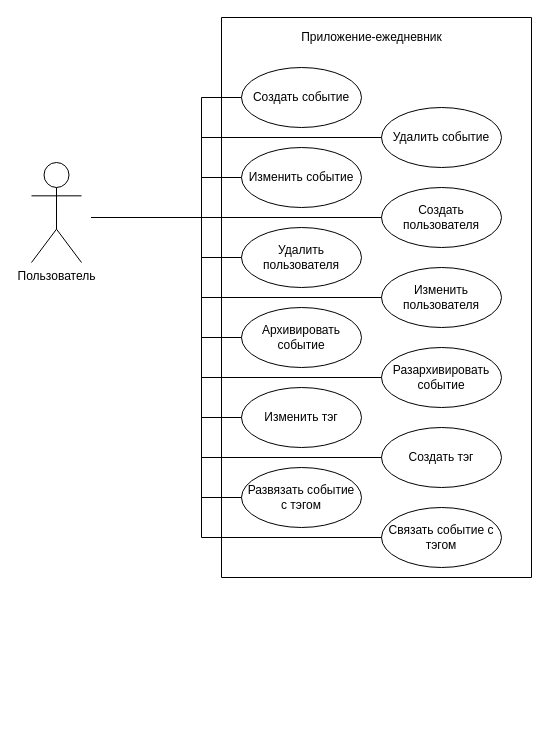
This is page "Use-case diagram" (1 of 4) of Diagrams.drawio from Andebugan/Planum, a draw.io file, before an edit. Source tidied: cells renumbered, new cells numbered last; positions are measured from the earlier drawing's top-left corner, leaving out a move shared by most shapes. Both pictures are drawn from the tidied source at 100%, with x=0, y=0 at pixel (31, 17).
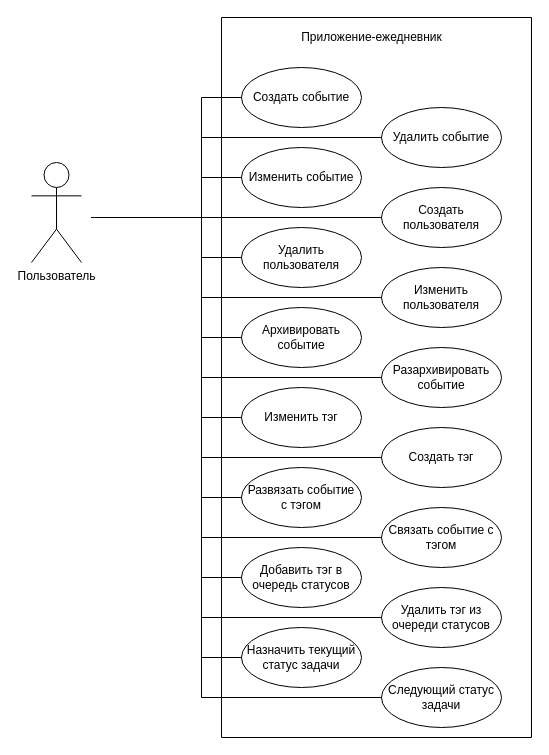
After the change.

The edit, as a diff of the source:
```diff
@@
     <mxCell id="7" style="swimlane;startSize=0;" parent="1" vertex="1">
-      <mxGeometry x="190" width="310" height="560" as="geometry" />
+      <mxGeometry x="190" width="310" height="720" as="geometry" />
     </mxCell>
@@
+    <mxCell id="29" value="Добавить тэг в очередь статусов" style="ellipse;whiteSpace=wrap;html=1;" parent="7" vertex="1">
+      <mxGeometry x="20" y="530" width="120" height="60" as="geometry" />
+    </mxCell>
+    <mxCell id="30" value="Удалить тэг из очереди статусов" style="ellipse;whiteSpace=wrap;html=1;" parent="7" vertex="1">
+      <mxGeometry x="160" y="570" width="120" height="60" as="geometry" />
+    </mxCell>
+    <mxCell id="31" value="Назначить текущий статус задачи" style="ellipse;whiteSpace=wrap;html=1;" parent="7" vertex="1">
+      <mxGeometry x="20" y="610" width="120" height="60" as="geometry" />
+    </mxCell>
+    <mxCell id="32" value="Следующий статус задачи" style="ellipse;whiteSpace=wrap;html=1;" parent="7" vertex="1">
+      <mxGeometry x="160" y="650" width="120" height="60" as="geometry" />
+    </mxCell>
@@
+    <mxCell id="33" style="edgeStyle=orthogonalEdgeStyle;rounded=0;jettySize=auto;html=1;endArrow=none;endFill=0;" parent="1" edge="1" source="29">
+      <mxGeometry relative="1" as="geometry">
+        <mxPoint x="60" y="200" as="targetPoint" />
+        <Array as="points">
+          <mxPoint x="170" y="560" />
+          <mxPoint x="170" y="200" />
+        </Array>
+      </mxGeometry>
+    </mxCell>
+    <mxCell id="34" style="edgeStyle=orthogonalEdgeStyle;rounded=0;jettySize=auto;html=1;endArrow=none;endFill=0;" parent="1" edge="1" source="30">
+      <mxGeometry relative="1" as="geometry">
+        <mxPoint x="60" y="200" as="targetPoint" />
+        <Array as="points">
+          <mxPoint x="170" y="600" />
+          <mxPoint x="170" y="200" />
+        </Array>
+      </mxGeometry>
+    </mxCell>
+    <mxCell id="35" style="edgeStyle=orthogonalEdgeStyle;rounded=0;jettySize=auto;html=1;endArrow=none;endFill=0;" parent="1" edge="1" source="32">
+      <mxGeometry relative="1" as="geometry">
+        <mxPoint x="60" y="200" as="targetPoint" />
+        <Array as="points">
+          <mxPoint x="170" y="680" />
+          <mxPoint x="170" y="200" />
+        </Array>
+      </mxGeometry>
+    </mxCell>
+    <mxCell id="36" style="edgeStyle=orthogonalEdgeStyle;rounded=0;jettySize=auto;html=1;endArrow=none;endFill=0;" parent="1" edge="1" source="31">
+      <mxGeometry relative="1" as="geometry">
+        <mxPoint x="60" y="200" as="targetPoint" />
+        <Array as="points">
+          <mxPoint x="170" y="640" />
+          <mxPoint x="170" y="200" />
+        </Array>
+      </mxGeometry>
+    </mxCell>
```
